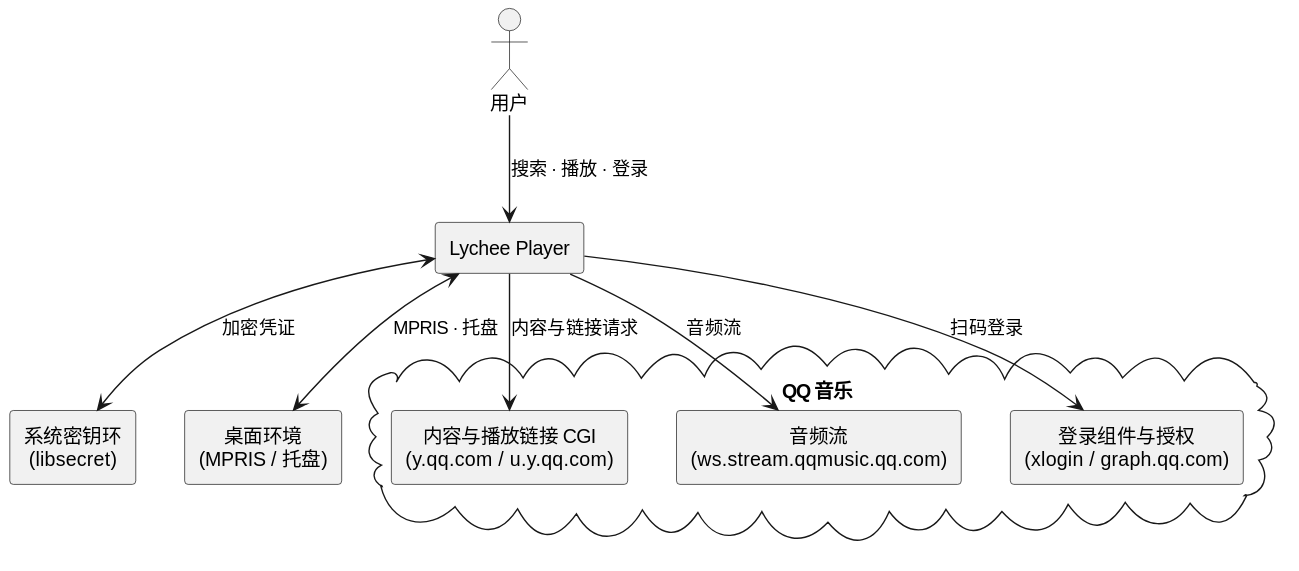
54m43lJ/LycheePlayer keeps this PlantUML diagram as diagram/general-architecture.svg. Above is the earlier version.
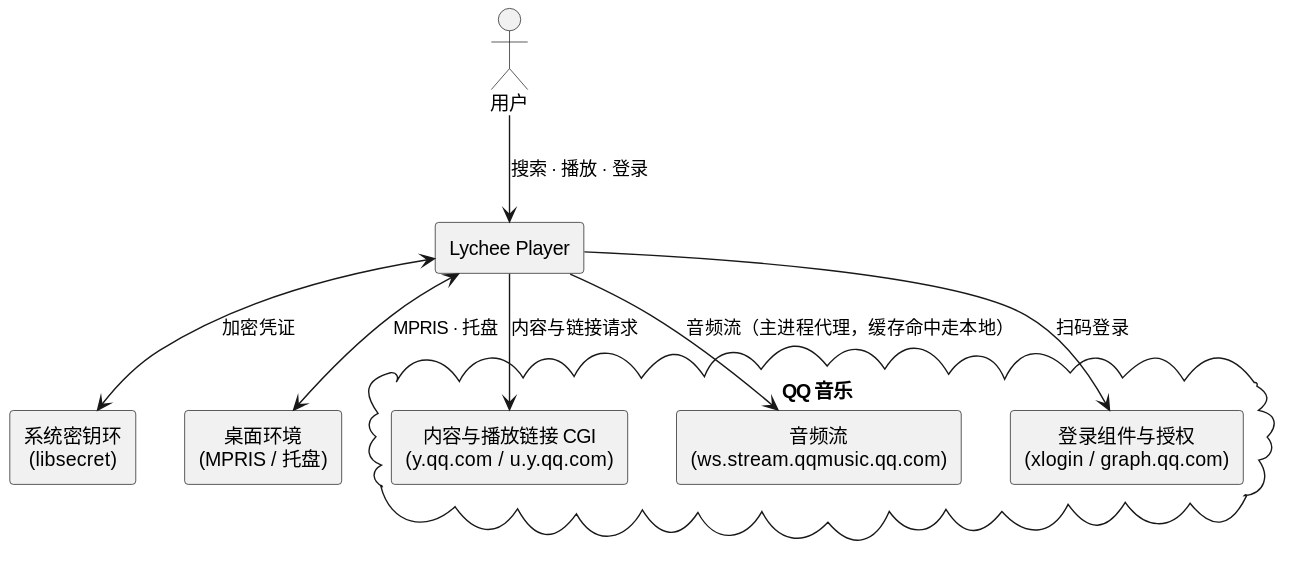
After the commit.

What changed in the source:
```diff
@@ -18,7 +18,7 @@
 U --> APP : 搜索 · 播放 · 登录
 APP --> API : 内容与链接请求
 APP --> LOGIN : 扫码登录
-APP --> STREAM : 音频流
+APP --> STREAM : 音频流（主进程代理，缓存命中走本地）
 APP <--> KEYRING : 加密凭证
 APP <--> DESKTOP : MPRIS · 托盘
 @enduml
```
